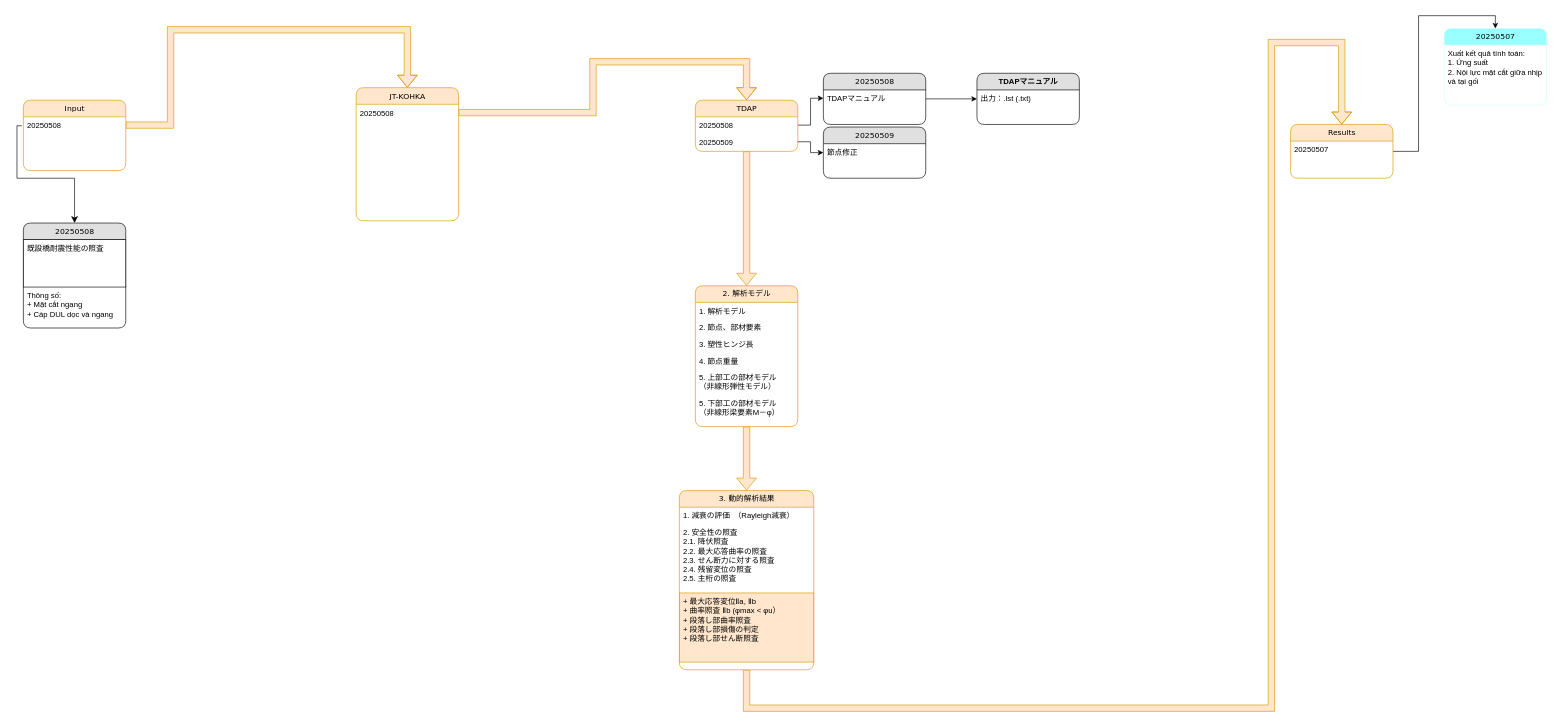
Above: 長大・熊本耐震/耐震設計/Untitled Diagram.drawio in nnh92/Juntos.co (draw.io), before the change. Source tidied: cells renumbered, new cells numbered last; positions are measured from the earlier drawing's top-left corner, leaving out a move shared by most shapes. Both pictures are drawn from the tidied source at 64%, with x=0, y=0 at pixel (23, 28).
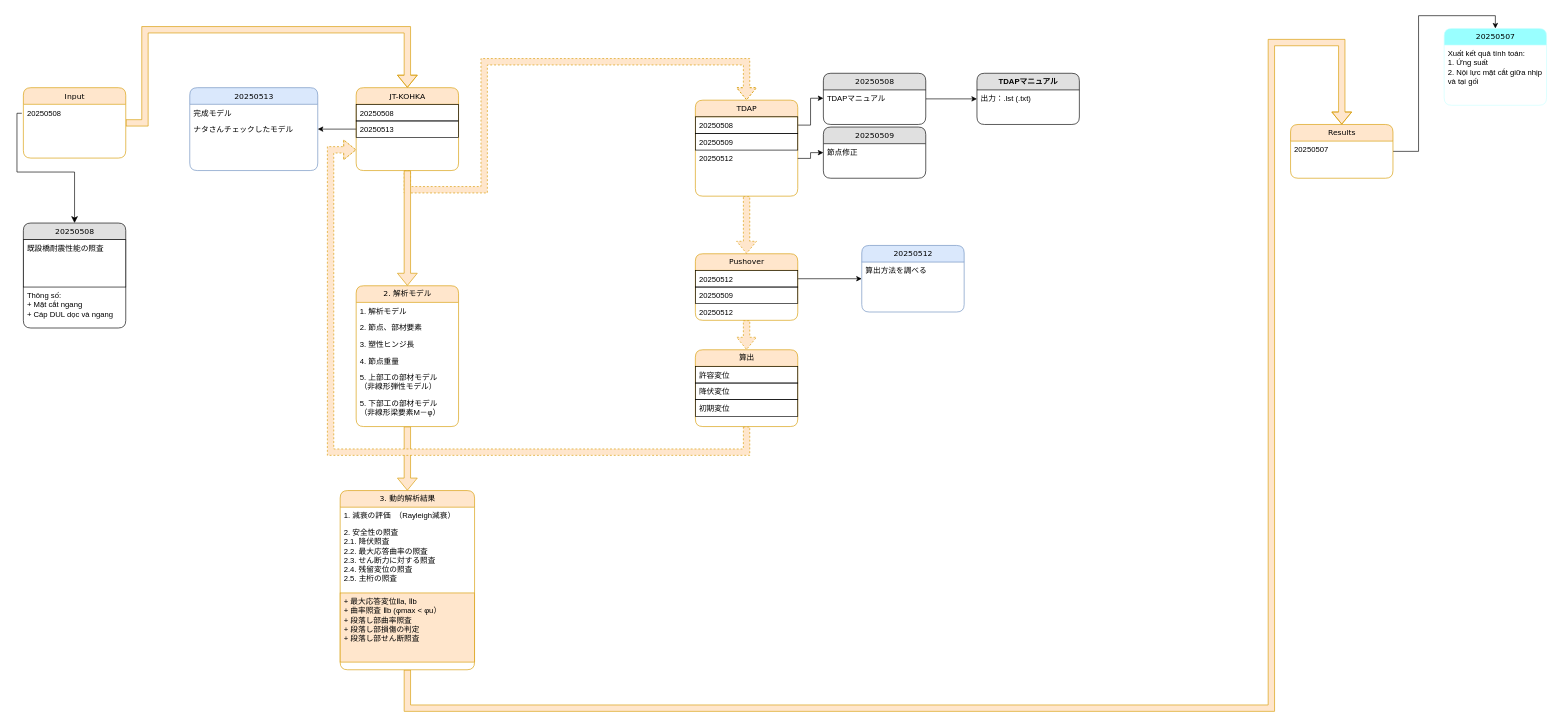
The same page after the edit.

Unchanged cells that the change refers to:
```xml
<mxCell id="4" value="20250508" style="text;html=1;strokeColor=none;fillColor=none;spacingLeft=4;spacingRight=4;whiteSpace=wrap;overflow=hidden;points=[[0,0.5],[1,0.5]];portConstraint=eastwest;" parent="3" vertex="1">
  <mxGeometry y="26" width="160" height="26" as="geometry" />
</mxCell>
<mxCell id="9" value="Results" style="swimlane;html=1;fontStyle=0;horizontal=1;startSize=26;fillColor=#ffe6cc;swimlaneFillColor=#ffffff;align=center;rounded=1;shadow=0;comic=0;labelBackgroundColor=none;strokeWidth=1;fontFamily=Verdana;fontSize=12;strokeColor=#d79b00;" parent="1" vertex="1">
  <mxGeometry x="1980" y="150" width="160" height="84" as="geometry" />
</mxCell>
```

What changed in the source:
```diff
@@
-    <mxCell id="2" style="edgeStyle=orthogonalEdgeStyle;rounded=0;jettySize=auto;html=1;entryX=0.5;entryY=0;entryDx=0;entryDy=0;exitX=1;exitY=0.5;exitDx=0;exitDy=0;shape=flexArrow;fillColor=#ffe6cc;strokeColor=#d79b00;" parent="1" edge="1" source="4" target="14">
+    <mxCell id="2" style="edgeStyle=orthogonalEdgeStyle;rounded=0;jettySize=auto;html=1;entryX=0.5;entryY=0;entryDx=0;entryDy=0;exitX=1;exitY=0.5;exitDx=0;exitDy=0;shape=flexArrow;fillColor=#ffe6cc;strokeColor=#d79b00;" parent="1" edge="1" source="3" target="14">
       <mxGeometry relative="1" as="geometry">
         <Array as="points">
-          <mxPoint x="230" y="151" />
-          <mxPoint x="230" y="2" />
+          <mxPoint x="190" y="148" />
+          <mxPoint x="190" y="2" />
           <mxPoint x="600" y="2" />
         </Array>
       </mxGeometry>
     </mxCell>
     <mxCell id="3" value="Input" style="swimlane;html=1;fontStyle=0;horizontal=1;startSize=26;fillColor=#ffe6cc;swimlaneFillColor=#ffffff;align=center;rounded=1;shadow=0;comic=0;labelBackgroundColor=none;strokeWidth=1;fontFamily=Verdana;fontSize=12;strokeColor=#d79b00;" parent="1" vertex="1">
-      <mxGeometry y="112" width="160" height="110" as="geometry" />
+      <mxGeometry y="92.5" width="160" height="110" as="geometry" />
     </mxCell>
@@
     <mxCell id="12" style="edgeStyle=orthogonalEdgeStyle;html=1;labelBackgroundColor=none;startFill=0;endFill=1;fontFamily=Verdana;fontSize=12;rounded=0;shape=flexArrow;fillColor=#ffe6cc;strokeColor=#d79b00;entryX=0.5;entryY=0;entryDx=0;entryDy=0;exitX=0.5;exitY=1;exitDx=0;exitDy=0;" parent="1" edge="1" source="37" target="9">
       <mxGeometry relative="1" as="geometry">
         <Array as="points">
-          <mxPoint x="1130" y="1062" />
+          <mxPoint x="600" y="1062" />
           <mxPoint x="1950" y="1062" />
           <mxPoint x="1950" y="22" />
           <mxPoint x="2060" y="22" />
         </Array>
       </mxGeometry>
     </mxCell>
-    <mxCell id="13" style="edgeStyle=orthogonalEdgeStyle;rounded=0;jettySize=auto;html=1;entryX=0.5;entryY=0;entryDx=0;entryDy=0;exitX=1;exitY=0.5;exitDx=0;exitDy=0;shape=flexArrow;fillColor=#ffe6cc;strokeColor=#d79b00;" parent="1" edge="1" source="15" target="18">
+    <mxCell id="13" style="edgeStyle=orthogonalEdgeStyle;rounded=0;jettySize=auto;html=1;entryX=0.5;entryY=0;entryDx=0;entryDy=0;exitX=0.5;exitY=1;exitDx=0;exitDy=0;shape=flexArrow;fillColor=#ffe6cc;strokeColor=#d79b00;dashed=1;" parent="1" edge="1" source="14" target="18">
       <mxGeometry relative="1" as="geometry">
         <Array as="points">
-          <mxPoint x="890" y="131" />
-          <mxPoint x="890" y="52" />
+          <mxPoint x="600" y="252" />
+          <mxPoint x="720" y="252" />
+          <mxPoint x="720" y="52" />
           <mxPoint x="1130" y="52" />
         </Array>
       </mxGeometry>
     </mxCell>
+    <mxCell id="43" style="edgeStyle=orthogonalEdgeStyle;rounded=0;jettySize=auto;html=1;" parent="1" edge="1" source="14" target="56">
+      <mxGeometry relative="1" as="geometry" />
+    </mxCell>
     <mxCell id="14" value="JT-KOHKA" style="swimlane;html=1;fontStyle=0;horizontal=1;startSize=26;fillColor=#ffe6cc;swimlaneFillColor=#ffffff;align=center;rounded=1;shadow=0;comic=0;labelBackgroundColor=none;strokeWidth=1;fontFamily=Verdana;fontSize=12;strokeColor=#d79b00;" parent="1" vertex="1">
-      <mxGeometry x="520" y="92.5" width="160" height="208" as="geometry" />
+      <mxGeometry x="520" y="92.5" width="160" height="129.5" as="geometry" />
     </mxCell>
+    <mxCell id="44" value="20250508" style="text;html=1;strokeColor=default;fillColor=none;spacingLeft=4;spacingRight=4;whiteSpace=wrap;overflow=hidden;labelBorderColor=none;labelBackgroundColor=none;textShadow=0;" parent="14" vertex="1">
+      <mxGeometry y="26" width="160" height="26" as="geometry" />
+    </mxCell>
-    <mxCell id="15" value="20250508" style="text;html=1;strokeColor=none;fillColor=none;spacingLeft=4;spacingRight=4;whiteSpace=wrap;overflow=hidden;points=[[0,0.5],[1,0.5]];portConstraint=eastwest;" parent="14" vertex="1">
-      <mxGeometry y="26" width="160" height="26" as="geometry" />
+    <mxCell id="15" value="20250513" style="text;html=1;strokeColor=default;fillColor=none;spacingLeft=4;spacingRight=4;whiteSpace=wrap;overflow=hidden;points=[[0,0.5],[1,0.5]];portConstraint=eastwest;" parent="14" vertex="1">
+      <mxGeometry y="52" width="160" height="26" as="geometry" />
     </mxCell>
@@
-    <mxCell id="17" style="edgeStyle=orthogonalEdgeStyle;rounded=0;jettySize=auto;html=1;entryX=0.5;entryY=0;entryDx=0;entryDy=0;shape=flexArrow;fillColor=#ffe6cc;strokeColor=#d79b00;" parent="1" edge="1" source="18" target="22">
+    <mxCell id="17" style="edgeStyle=orthogonalEdgeStyle;rounded=0;jettySize=auto;html=1;entryX=0.5;entryY=0;entryDx=0;entryDy=0;shape=flexArrow;fillColor=#ffe6cc;strokeColor=#d79b00;exitX=0.5;exitY=1;exitDx=0;exitDy=0;" parent="1" edge="1" source="14" target="22">
       <mxGeometry relative="1" as="geometry" />
     </mxCell>
+    <mxCell id="45" style="edgeStyle=orthogonalEdgeStyle;rounded=0;jettySize=auto;html=1;shape=flexArrow;fillColor=#ffe6cc;strokeColor=#d79b00;dashed=1;" parent="1" edge="1" source="18" target="50">
+      <mxGeometry relative="1" as="geometry" />
+    </mxCell>
     <mxCell id="18" value="TDAP" style="swimlane;html=1;fontStyle=0;horizontal=1;startSize=26;fillColor=#ffe6cc;swimlaneFillColor=#ffffff;align=center;rounded=1;shadow=0;comic=0;labelBackgroundColor=none;strokeWidth=1;fontFamily=Verdana;fontSize=12;strokeColor=#d79b00;" parent="1" vertex="1">
-      <mxGeometry x="1050" y="112" width="160" height="80" as="geometry" />
+      <mxGeometry x="1050" y="112" width="160" height="150" as="geometry" />
     </mxCell>
-    <mxCell id="19" value="20250508" style="text;html=1;strokeColor=none;fillColor=none;spacingLeft=4;spacingRight=4;whiteSpace=wrap;overflow=hidden;points=[[0,0.5],[1,0.5]];portConstraint=eastwest;" parent="18" vertex="1">
+    <mxCell id="19" value="20250508" style="text;html=1;strokeColor=default;fillColor=none;spacingLeft=4;spacingRight=4;whiteSpace=wrap;overflow=hidden;points=[[0,0.5],[1,0.5]];portConstraint=eastwest;" parent="18" vertex="1">
       <mxGeometry y="26" width="160" height="26" as="geometry" />
     </mxCell>
+    <mxCell id="46" value="20250509" style="text;html=1;strokeColor=default;fillColor=none;spacingLeft=4;spacingRight=4;whiteSpace=wrap;overflow=hidden;" parent="18" vertex="1">
+      <mxGeometry y="52" width="160" height="26" as="geometry" />
+    </mxCell>
-    <mxCell id="20" value="20250509" style="text;html=1;strokeColor=none;fillColor=none;spacingLeft=4;spacingRight=4;whiteSpace=wrap;overflow=hidden;points=[[0,0.5],[1,0.5]];portConstraint=eastwest;" parent="18" vertex="1">
-      <mxGeometry y="52" width="160" height="26" as="geometry" />
+    <mxCell id="20" value="20250512" style="text;html=1;strokeColor=none;fillColor=none;spacingLeft=4;spacingRight=4;whiteSpace=wrap;overflow=hidden;points=[[0,0.5],[1,0.5]];portConstraint=eastwest;" parent="18" vertex="1">
+      <mxGeometry y="78" width="160" height="26" as="geometry" />
     </mxCell>
@@
     <mxCell id="22" value="2. 解析モデル" style="swimlane;html=1;fontStyle=0;horizontal=1;startSize=26;fillColor=#ffe6cc;swimlaneFillColor=#ffffff;align=center;rounded=1;shadow=0;comic=0;labelBackgroundColor=none;strokeWidth=1;fontFamily=Verdana;fontSize=12;strokeColor=#d79b00;" parent="1" vertex="1">
-      <mxGeometry x="1050" y="402" width="160" height="220" as="geometry" />
+      <mxGeometry x="520" y="402" width="160" height="220" as="geometry" />
     </mxCell>
@@
     <mxCell id="37" value="3. 動的解析結果" style="swimlane;html=1;fontStyle=0;horizontal=1;startSize=26;fillColor=#ffe6cc;swimlaneFillColor=#ffffff;align=center;rounded=1;shadow=0;comic=0;labelBackgroundColor=none;strokeWidth=1;fontFamily=Verdana;fontSize=12;strokeColor=#d79b00;" parent="1" vertex="1">
-      <mxGeometry x="1025" y="722" width="210" height="280" as="geometry" />
+      <mxGeometry x="495" y="722" width="210" height="280" as="geometry" />
     </mxCell>
@@
+    <mxCell id="47" style="edgeStyle=orthogonalEdgeStyle;rounded=0;jettySize=auto;html=1;exitX=1;exitY=0.5;exitDx=0;exitDy=0;" parent="1" edge="1" source="51" target="54">
+      <mxGeometry relative="1" as="geometry" />
+    </mxCell>
+    <mxCell id="48" style="edgeStyle=orthogonalEdgeStyle;rounded=0;jettySize=auto;html=1;shape=flexArrow;fillColor=#ffe6cc;strokeColor=#d79b00;entryX=0;entryY=0.75;entryDx=0;entryDy=0;exitX=0.5;exitY=1;exitDx=0;exitDy=0;dashed=1;" parent="1" edge="1" source="59" target="14">
+      <mxGeometry relative="1" as="geometry">
+        <Array as="points">
+          <mxPoint x="1130" y="662" />
+          <mxPoint x="480" y="662" />
+          <mxPoint x="480" y="190" />
+        </Array>
+      </mxGeometry>
+    </mxCell>
+    <mxCell id="49" style="edgeStyle=orthogonalEdgeStyle;rounded=0;jettySize=auto;html=1;shape=flexArrow;fillColor=#ffe6cc;strokeColor=#d79b00;dashed=1;" parent="1" edge="1" source="50" target="59">
+      <mxGeometry relative="1" as="geometry" />
+    </mxCell>
+    <mxCell id="50" value="Pushover" style="swimlane;html=1;fontStyle=0;horizontal=1;startSize=26;fillColor=#ffe6cc;swimlaneFillColor=#ffffff;align=center;rounded=1;shadow=0;comic=0;labelBackgroundColor=none;strokeWidth=1;fontFamily=Verdana;fontSize=12;strokeColor=#d79b00;" parent="1" vertex="1">
+      <mxGeometry x="1050" y="352" width="160" height="104" as="geometry" />
+    </mxCell>
+    <mxCell id="51" value="20250512" style="text;html=1;strokeColor=default;fillColor=none;spacingLeft=4;spacingRight=4;whiteSpace=wrap;overflow=hidden;points=[[0,0.5],[1,0.5]];portConstraint=eastwest;" parent="50" vertex="1">
+      <mxGeometry y="26" width="160" height="26" as="geometry" />
+    </mxCell>
+    <mxCell id="52" value="20250509" style="text;html=1;strokeColor=default;fillColor=none;spacingLeft=4;spacingRight=4;whiteSpace=wrap;overflow=hidden;" parent="50" vertex="1">
+      <mxGeometry y="52" width="160" height="26" as="geometry" />
+    </mxCell>
+    <mxCell id="53" value="20250512" style="text;html=1;strokeColor=none;fillColor=none;spacingLeft=4;spacingRight=4;whiteSpace=wrap;overflow=hidden;" parent="50" vertex="1">
+      <mxGeometry y="78" width="160" height="26" as="geometry" />
+    </mxCell>
+    <mxCell id="54" value="20250512" style="swimlane;html=1;fontStyle=0;horizontal=1;startSize=26;fillColor=#dae8fc;swimlaneFillColor=#ffffff;align=center;rounded=1;shadow=0;comic=0;labelBackgroundColor=none;strokeWidth=1;fontFamily=Verdana;fontSize=12;strokeColor=#6c8ebf;" parent="1" vertex="1">
+      <mxGeometry x="1310" y="339" width="160" height="104" as="geometry" />
+    </mxCell>
+    <mxCell id="55" value="算出方法を調べる" style="text;html=1;strokeColor=none;fillColor=none;spacingLeft=4;spacingRight=4;whiteSpace=wrap;overflow=hidden;" parent="54" vertex="1">
+      <mxGeometry y="26" width="160" height="26" as="geometry" />
+    </mxCell>
+    <mxCell id="56" value="20250513" style="swimlane;html=1;fontStyle=0;horizontal=1;startSize=26;swimlaneFillColor=#ffffff;align=center;rounded=1;shadow=0;comic=0;labelBackgroundColor=none;strokeWidth=1;fontFamily=Verdana;fontSize=12;fillColor=#dae8fc;strokeColor=#6c8ebf;" parent="1" vertex="1">
+      <mxGeometry x="260" y="92.5" width="200" height="129.5" as="geometry" />
+    </mxCell>
+    <mxCell id="57" value="完成モデル" style="text;html=1;strokeColor=none;fillColor=none;spacingLeft=4;spacingRight=4;whiteSpace=wrap;overflow=hidden;" parent="56" vertex="1">
+      <mxGeometry y="26" width="200" height="26" as="geometry" />
+    </mxCell>
+    <mxCell id="58" value="ナタさんチェックしたモデル" style="text;html=1;strokeColor=none;fillColor=none;spacingLeft=4;spacingRight=4;whiteSpace=wrap;overflow=hidden;" parent="56" vertex="1">
+      <mxGeometry y="52" width="200" height="26" as="geometry" />
+    </mxCell>
+    <mxCell id="59" value="算出" style="swimlane;html=1;fontStyle=0;horizontal=1;startSize=26;fillColor=#ffe6cc;swimlaneFillColor=#ffffff;align=center;rounded=1;shadow=0;comic=0;labelBackgroundColor=none;strokeWidth=1;fontFamily=Verdana;fontSize=12;strokeColor=#d79b00;" parent="1" vertex="1">
+      <mxGeometry x="1050" y="502" width="160" height="120" as="geometry" />
+    </mxCell>
+    <mxCell id="60" value="許容変位" style="text;html=1;strokeColor=default;fillColor=none;spacingLeft=4;spacingRight=4;whiteSpace=wrap;overflow=hidden;" parent="59" vertex="1">
+      <mxGeometry y="26" width="160" height="26" as="geometry" />
+    </mxCell>
+    <mxCell id="61" value="降伏変位" style="text;html=1;strokeColor=default;fillColor=none;spacingLeft=4;spacingRight=4;whiteSpace=wrap;overflow=hidden;" parent="59" vertex="1">
+      <mxGeometry y="52" width="160" height="26" as="geometry" />
+    </mxCell>
+    <mxCell id="62" value="初期変位" style="text;html=1;strokeColor=default;fillColor=none;spacingLeft=4;spacingRight=4;whiteSpace=wrap;overflow=hidden;" parent="59" vertex="1">
+      <mxGeometry y="78" width="160" height="26" as="geometry" />
+    </mxCell>
```
